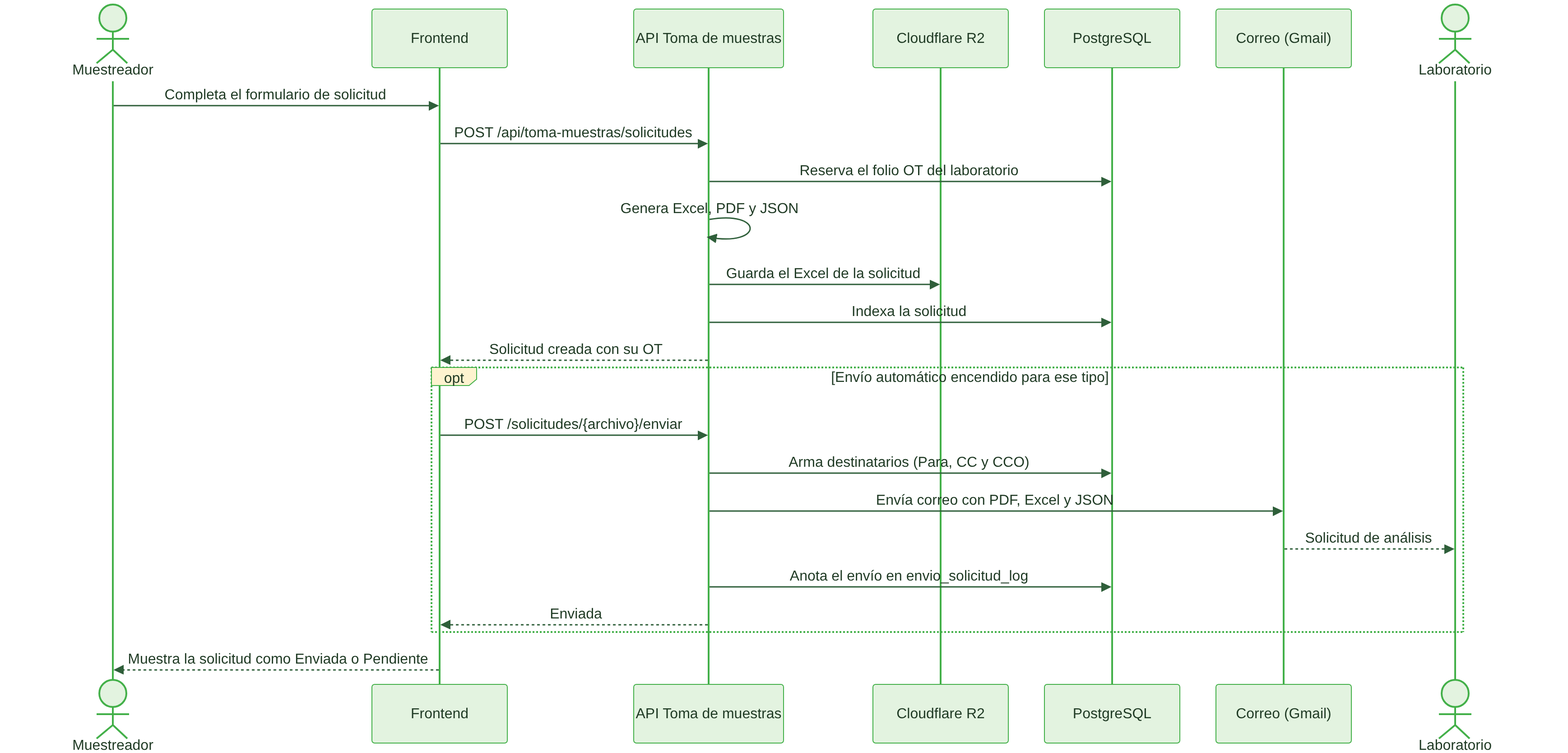
JSSAgrofresh/agrofresh_report_hub keeps this Mermaid diagram as docs/documentacion/png/sec2_solicitud.png. Above is the earlier version. Its source is kept beside it as docs/documentacion/diagramas/sec2_solicitud.mmd. Its diagram source:
```mermaid
sequenceDiagram
    actor muestreador as Muestreador
    participant front as Frontend
    participant api as API Toma de muestras
    participant r2 as Cloudflare R2
    participant bd as PostgreSQL
    participant mail as Correo (Gmail)
    actor lab as Laboratorio
    muestreador->>front: Completa el formulario de solicitud
    front->>api: POST /api/toma-muestras/solicitudes
    api->>bd: Reserva el folio OT del laboratorio
    api->>api: Genera Excel, PDF y JSON
    api->>r2: Guarda el Excel de la solicitud
    api->>bd: Indexa la solicitud
    api-->>front: Solicitud creada con su OT
    opt Envío automático encendido para ese tipo
        front->>api: POST /solicitudes/{archivo}/enviar
        api->>bd: Arma destinatarios (Para, CC y CCO)
        api->>mail: Envía correo con PDF, Excel y JSON
        mail-->>lab: Solicitud de análisis
        api->>bd: Anota el envío en envio_solicitud_log
        api-->>front: Enviada
    end
    front-->>muestreador: Muestra la solicitud como Enviada o Pendiente
```
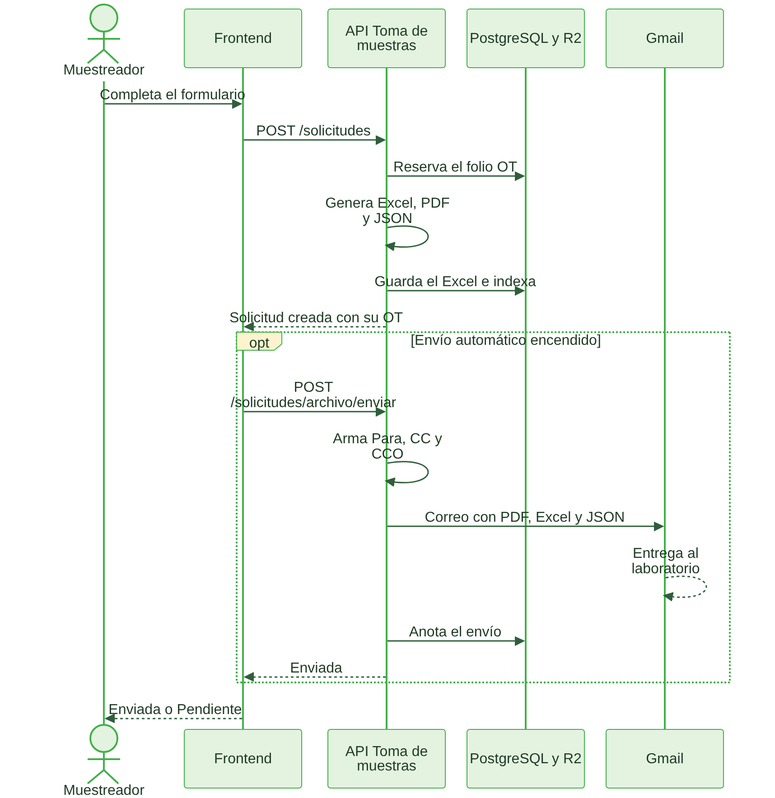
The same diagram one commit later.

Change to the diagram source:
```diff
@@ -2,23 +2,20 @@
     actor muestreador as Muestreador
     participant front as Frontend
     participant api as API Toma de muestras
-    participant r2 as Cloudflare R2
-    participant bd as PostgreSQL
-    participant mail as Correo (Gmail)
-    actor lab as Laboratorio
-    muestreador->>front: Completa el formulario de solicitud
-    front->>api: POST /api/toma-muestras/solicitudes
-    api->>bd: Reserva el folio OT del laboratorio
+    participant datos as PostgreSQL y R2
+    participant mail as Gmail
+    muestreador->>front: Completa el formulario
+    front->>api: POST /solicitudes
+    api->>datos: Reserva el folio OT
     api->>api: Genera Excel, PDF y JSON
-    api->>r2: Guarda el Excel de la solicitud
-    api->>bd: Indexa la solicitud
+    api->>datos: Guarda el Excel e indexa
     api-->>front: Solicitud creada con su OT
-    opt Envío automático encendido para ese tipo
-        front->>api: POST /solicitudes/{archivo}/enviar
-        api->>bd: Arma destinatarios (Para, CC y CCO)
-        api->>mail: Envía correo con PDF, Excel y JSON
-        mail-->>lab: Solicitud de análisis
-        api->>bd: Anota el envío en envio_solicitud_log
+    opt Envío automático encendido
+        front->>api: POST /solicitudes/archivo/enviar
+        api->>api: Arma Para, CC y CCO
+        api->>mail: Correo con PDF, Excel y JSON
+        mail-->>mail: Entrega al laboratorio
+        api->>datos: Anota el envío
         api-->>front: Enviada
     end
-    front-->>muestreador: Muestra la solicitud como Enviada o Pendiente
+    front-->>muestreador: Enviada o Pendiente
```
